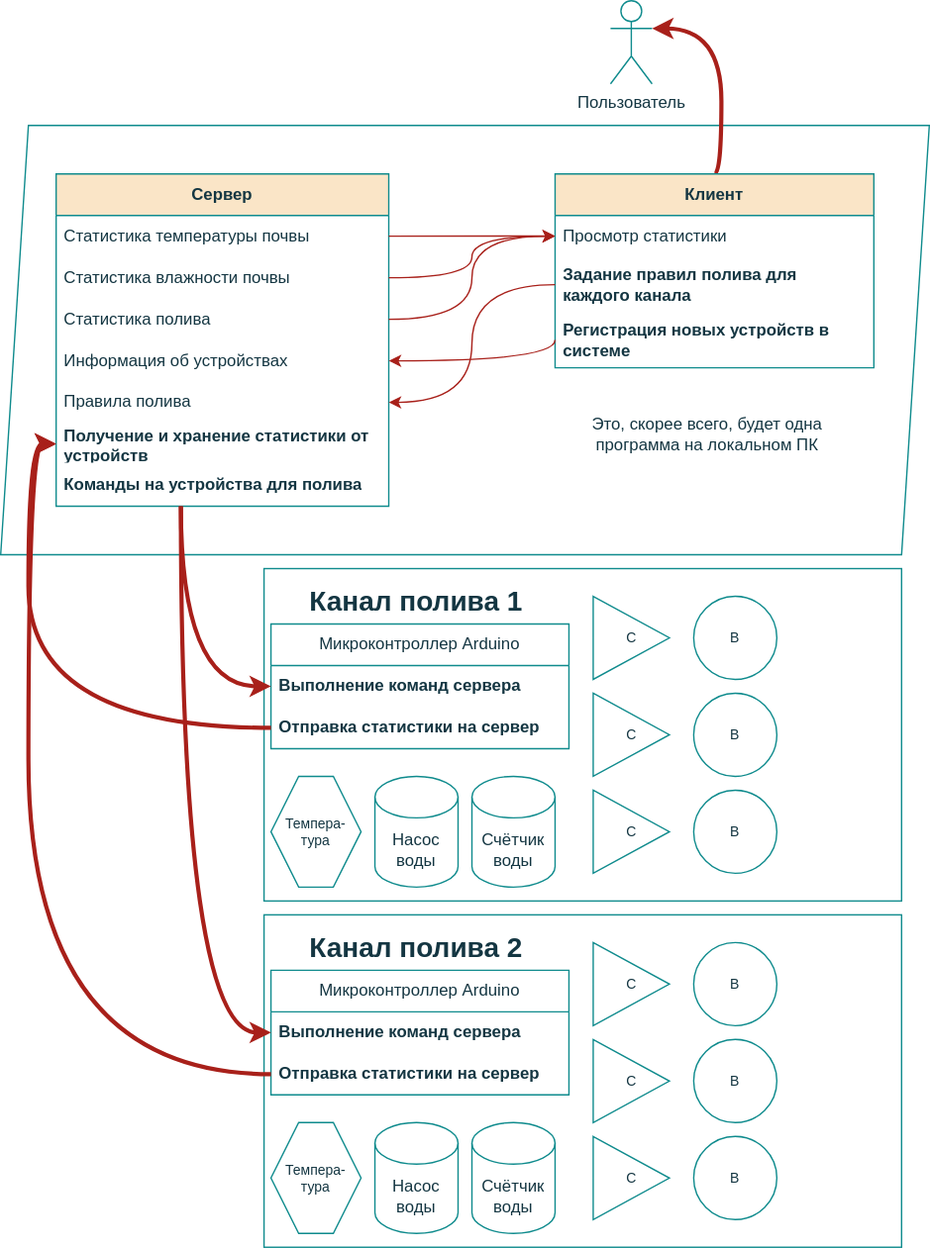
Before: Structure.drawio.svg, a diagram exported from draw.io (StarterCraft/leafyy). Source tidied: cells renumbered, new cells last; positions are measured from the earlier drawing's top-left corner, leaving out a move shared by most shapes.
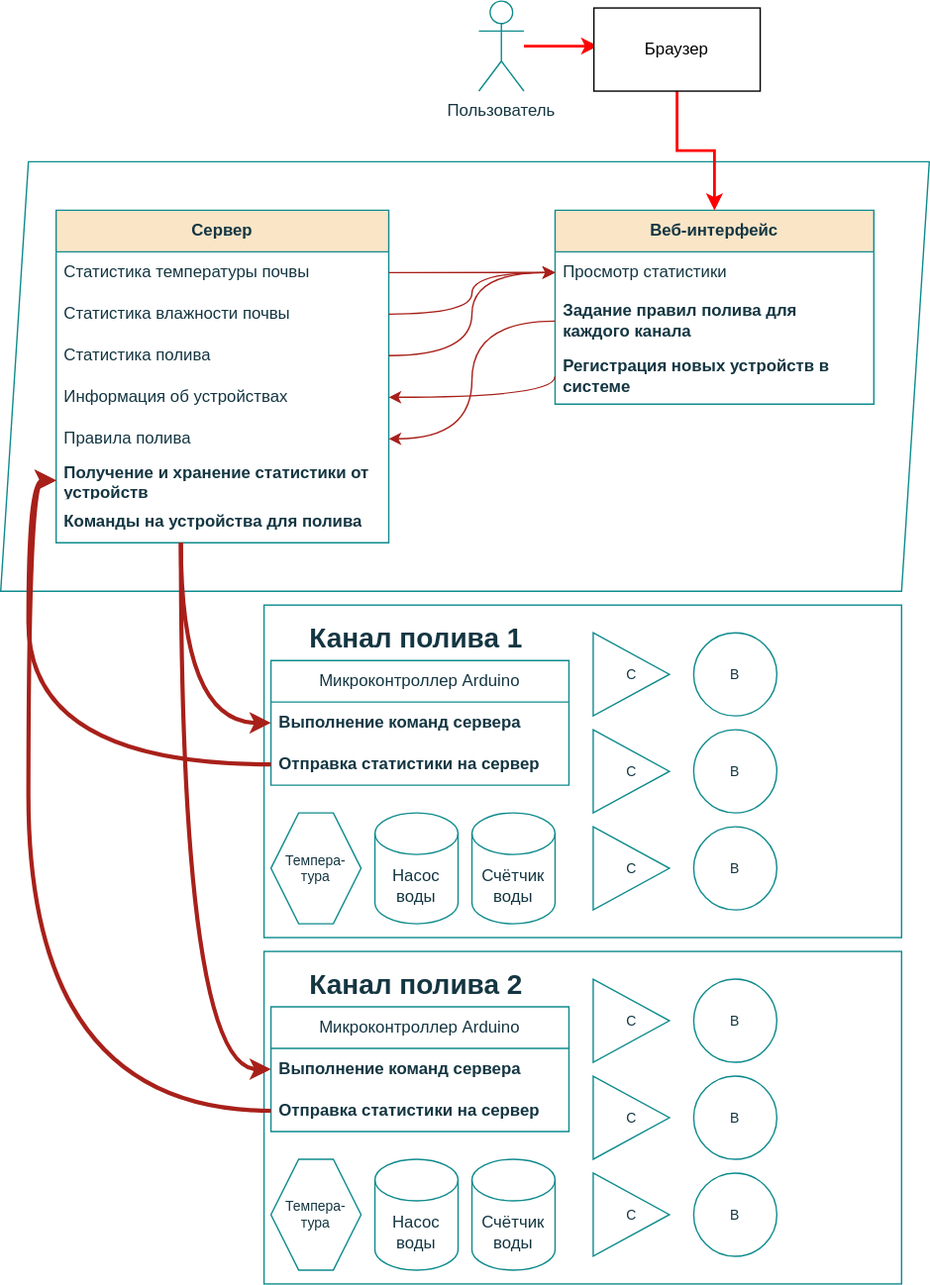
The same diagram one commit later.

The edit, as a diff of the source:
```diff
@@ -34,15 +34,7 @@
     <mxCell id="11" value="&lt;b&gt;Команды на устройства для полива&lt;/b&gt;" style="text;strokeColor=none;fillColor=none;align=left;verticalAlign=middle;spacingLeft=4;spacingRight=4;overflow=hidden;points=[[0,0.5],[1,0.5]];portConstraint=eastwest;whiteSpace=wrap;html=1;labelBackgroundColor=none;fontColor=#143642;" parent="3" vertex="1">
       <mxGeometry y="210" width="240" height="30" as="geometry" />
     </mxCell>
-    <mxCell id="12" style="edgeStyle=orthogonalEdgeStyle;jettySize=auto;html=1;exitX=0.5;exitY=0;exitDx=0;exitDy=0;entryX=1;entryY=0.3333333333333333;entryDx=0;entryDy=0;entryPerimeter=0;labelBackgroundColor=none;strokeColor=#A8201A;fontColor=default;strokeWidth=3;curved=1;" parent="1" edge="1" source="13" target="17">
-      <mxGeometry relative="1" as="geometry">
-        <Array as="points">
-          <mxPoint x="520" y="125" />
-          <mxPoint x="520" y="20" />
-        </Array>
-      </mxGeometry>
-    </mxCell>
-    <mxCell id="13" value="&lt;b&gt;Клиент&lt;/b&gt;" style="swimlane;fontStyle=0;horizontal=1;startSize=30;whiteSpace=wrap;html=1;labelBackgroundColor=none;fillColor=#FAE5C7;strokeColor=#0F8B8D;fontColor=#143642;" parent="1" vertex="1">
+    <mxCell id="13" value="&lt;b&gt;Веб-интерфейс&lt;/b&gt;" style="swimlane;fontStyle=0;horizontal=1;startSize=30;whiteSpace=wrap;html=1;labelBackgroundColor=none;fillColor=#FAE5C7;strokeColor=#0F8B8D;fontColor=#143642;" parent="1" vertex="1">
       <mxGeometry x="400" y="125" width="230" height="140" as="geometry" />
     </mxCell>
     <mxCell id="14" value="Просмотр статистики" style="text;strokeColor=none;fillColor=none;align=left;verticalAlign=middle;spacingLeft=4;spacingRight=4;overflow=hidden;points=[[0,0.5],[1,0.5]];portConstraint=eastwest;whiteSpace=wrap;html=1;labelBackgroundColor=none;fontColor=#143642;" parent="13" vertex="1">
@@ -54,8 +46,13 @@
     <mxCell id="16" value="&lt;b&gt;Регистрация новых устройств в системе&lt;/b&gt;" style="text;strokeColor=none;fillColor=none;align=left;verticalAlign=middle;spacingLeft=4;spacingRight=4;overflow=hidden;points=[[0,0.5],[1,0.5]];portConstraint=eastwest;whiteSpace=wrap;html=1;labelBackgroundColor=none;fontColor=#143642;" parent="13" vertex="1">
       <mxGeometry y="100" width="230" height="40" as="geometry" />
     </mxCell>
+    <mxCell id="55" style="edgeStyle=orthogonalEdgeStyle;rounded=0;jettySize=auto;html=1;strokeColor=#ff0000;strokeWidth=2;" parent="1" edge="1" source="17">
+      <mxGeometry relative="1" as="geometry">
+        <mxPoint x="431" y="6.5" as="targetPoint" />
+      </mxGeometry>
+    </mxCell>
     <mxCell id="17" value="Пользователь" style="shape=umlActor;verticalLabelPosition=bottom;verticalAlign=top;html=1;outlineConnect=0;fillColor=none;rotation=0;labelBackgroundColor=none;strokeColor=#0F8B8D;fontColor=#143642;" parent="1" vertex="1">
-      <mxGeometry x="440" width="30" height="60" as="geometry" />
+      <mxGeometry x="345" y="-26" width="32.5" height="65" as="geometry" />
     </mxCell>
     <mxCell id="18" style="edgeStyle=orthogonalEdgeStyle;jettySize=auto;html=1;exitX=1;exitY=0.5;exitDx=0;exitDy=0;labelBackgroundColor=none;strokeColor=#A8201A;fontColor=default;curved=1;" parent="1" edge="1" source="6" target="14">
       <mxGeometry relative="1" as="geometry" />
@@ -70,9 +67,6 @@
         </Array>
       </mxGeometry>
     </mxCell>
-    <mxCell id="21" value="Это, скорее всего, будет одна программа на локальном ПК" style="text;strokeColor=none;align=center;fillColor=none;html=1;verticalAlign=middle;whiteSpace=wrap;rounded=0;fontColor=#143642;" parent="1" vertex="1">
-      <mxGeometry x="400" y="290" width="220" height="45" as="geometry" />
-    </mxCell>
     <mxCell id="22" style="edgeStyle=orthogonalEdgeStyle;curved=1;jettySize=auto;html=1;strokeColor=#A8201A;strokeWidth=1;fontColor=#143642;fillColor=#FAE5C7;" parent="1" edge="1" source="15" target="9">
       <mxGeometry relative="1" as="geometry" />
     </mxCell>
@@ -180,5 +174,11 @@
         </Array>
       </mxGeometry>
     </mxCell>
+    <mxCell id="56" style="edgeStyle=orthogonalEdgeStyle;rounded=0;jettySize=auto;html=1;strokeColor=#FF0000;strokeWidth=2;" parent="1" edge="1" source="57" target="13">
+      <mxGeometry relative="1" as="geometry" />
+    </mxCell>
+    <mxCell id="57" value="Браузер" style="rounded=0;whiteSpace=wrap;html=1;" parent="1" vertex="1">
+      <mxGeometry x="428" y="-21" width="120" height="60" as="geometry" />
+    </mxCell>
   </root>
 </mxGraphModel>
```
